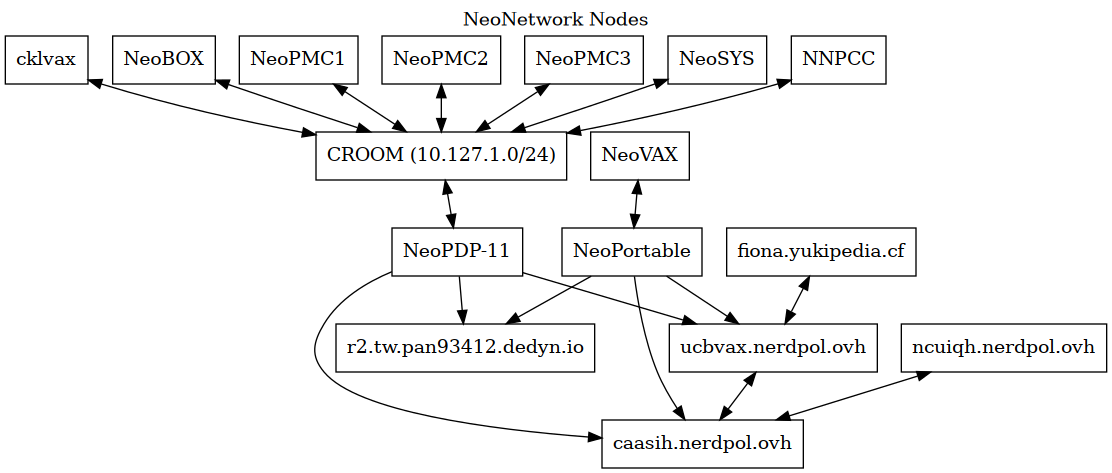
Before: nodes.png, a diagram exported from Graphviz (NeoCloud/NeoNetwork). Its source is kept beside it as nodes.dot.
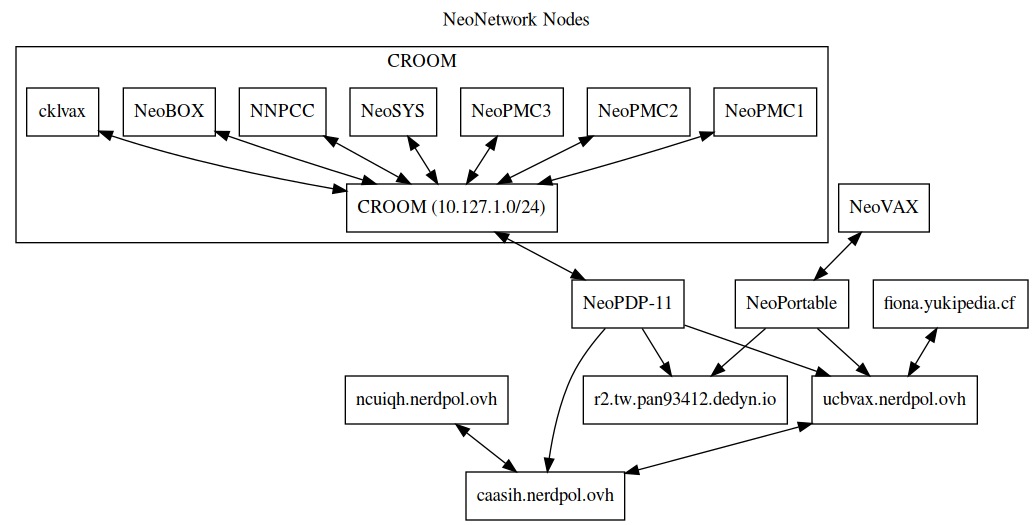
The same diagram one commit later.

Commit message:
Updated Node graph

What changed in the source:
```diff
@@ -1,4 +1,4 @@
-digraph ""
+digraph "NeoNetwork Nodes"
 {
 	labelloc="t";
 	label="NeoNetwork Nodes";
@@ -7,31 +7,33 @@
 	c [label="caasih.nerdpol.ovh"]
 	ucbvax [label="ucbvax.nerdpol.ovh"]
 	np11 [label="NeoPDP-11"]
-	cklvax [label="cklvax"]
-	neobox [label="NeoBOX"]
-	local [label="CROOM (10.127.1.0/24)"]
+	croom [label="CROOM (10.127.1.0/24)"]
 	np [label="NeoPortable"]
 	nv [label="NeoVAX"]
 	ncuiqh [label="ncuiqh.nerdpol.ovh"]
 	fionaLHS [label="fiona.yukipedia.cf"]
 	pan [label="r2.tw.pan93412.dedyn.io"]
 
-	NeoPMC1 -> local [dir=both]
-	NeoPMC2 -> local [dir=both]
-	NeoPMC3 -> local [dir=both]
-	NeoSYS -> local [dir=both]
-	NNPCC -> local [dir=both]
+	subgraph cluster_croom {
+	    label = "CROOM";
+
+		NeoPMC1 -> croom [dir=both]
+		NeoPMC2 -> croom [dir=both]
+		NeoPMC3 -> croom [dir=both]
+		NeoSYS -> croom [dir=both]
+		NNPCC -> croom [dir=both]
+		NeoBOX -> croom [dir=both]
+		cklvax -> croom [dir=both]
+	}
+
 	np11 -> c
 	np11 -> ucbvax
+	np11 -> pan
 	ucbvax -> c [dir=both]
-	cklvax -> local [dir=both]
-	neobox -> local [dir=both]
-	local -> np11 [dir=both]
+	croom -> np11 [dir=both]
 	np -> ucbvax
-	np -> c
 	nv -> np [dir=both]
 	ncuiqh -> c [dir=both]
 	fionaLHS -> ucbvax [dir=both]
-	np11 -> pan
 	np -> pan
 }
```
